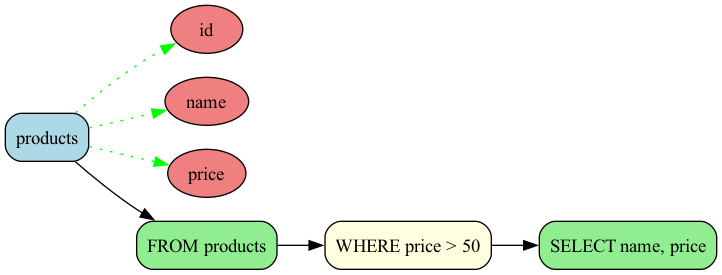
The Graphviz diagram examples/create_query_operation.png in rot1024/sqloflow, before a commit. Its source is kept beside it as examples/create_query_operation.dot.
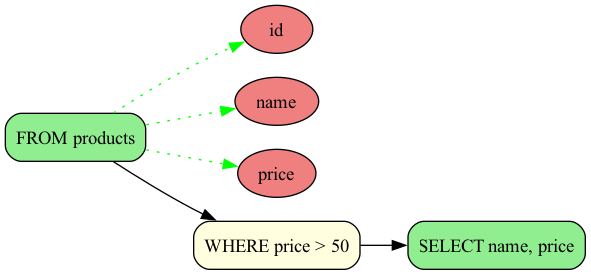
Later version of the same file.

Diff of the diagram source:
```diff
@@ -2,18 +2,16 @@
   rankdir=LR;
   node [shape=box, style=rounded];
 
-  node_0 [label="products", fillcolor=lightblue, style="filled,rounded"];
+  node_0 [label="FROM products", fillcolor=lightgreen, style="filled,rounded"];
+  node_5 [label="SELECT name, price", fillcolor=lightgreen, style="filled,rounded"];
   node_1 [label="id", fillcolor=lightcoral, style="filled,rounded", shape=ellipse];
   node_2 [label="name", fillcolor=lightcoral, style="filled,rounded", shape=ellipse];
   node_3 [label="price", fillcolor=lightcoral, style="filled,rounded", shape=ellipse];
-  node_4 [label="FROM products", fillcolor=lightgreen, style="filled,rounded"];
-  node_6 [label="SELECT name, price", fillcolor=lightgreen, style="filled,rounded"];
-  node_5 [label="WHERE price > 50", fillcolor=lightyellow, style="filled,rounded"];
+  node_4 [label="WHERE price > 50", fillcolor=lightyellow, style="filled,rounded"];
 
   node_0 -> node_1 [color=green, style=dotted];
   node_0 -> node_2 [color=green, style=dotted];
   node_0 -> node_3 [color=green, style=dotted];
   node_0 -> node_4 [color=black];
   node_4 -> node_5 [color=black];
-  node_5 -> node_6 [color=black];
 }
```
